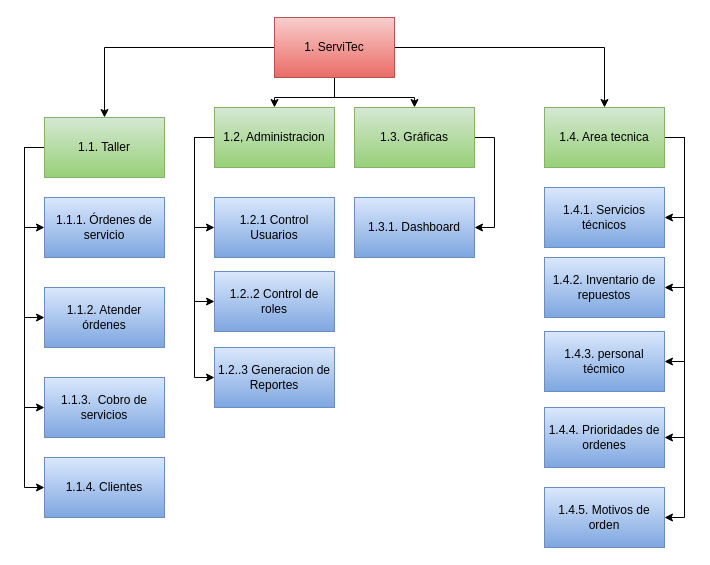
The draw.io diagram page "descomposicion-funcional" (1 of 20) of documentacion/diagramas.drawio in JaasielGuerra/ServiTec, before the edit. Source tidied: cells renumbered, new cells numbered last; positions are measured from the earlier drawing's top-left corner, leaving out a move shared by most shapes. Both pictures are drawn from the tidied source at 100%, with x=0, y=0 at pixel (24, 17).
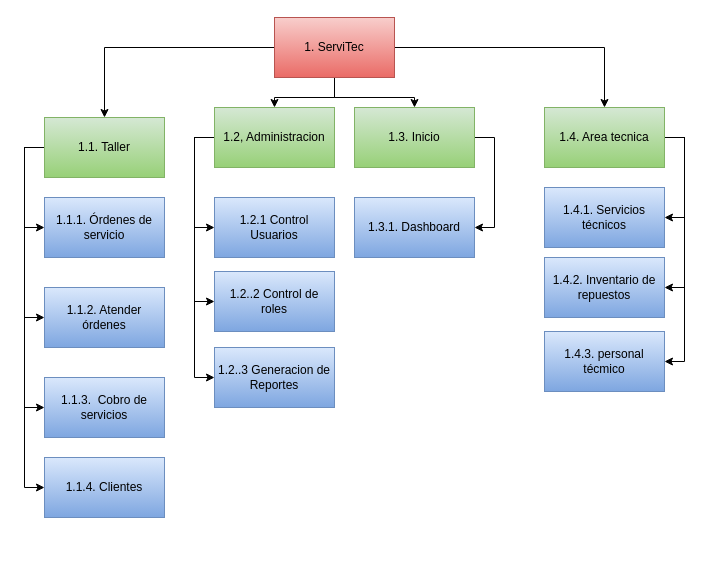
After the change.

The change refers to these unchanged cells:
```xml
<mxCell id="26" value="1.4. Area tecnica" style="rounded=0;whiteSpace=wrap;html=1;fillColor=#d5e8d4;strokeColor=#82b366;gradientColor=#97d077;" parent="1" vertex="1">
  <mxGeometry x="520" y="90" width="120" height="60" as="geometry" />
</mxCell>
```

The edit, as a diff of the source:
```diff
@@
-    <mxCell id="23" value="1.3. Gráficas" style="rounded=0;whiteSpace=wrap;html=1;fillColor=#d5e8d4;strokeColor=#82b366;gradientColor=#97d077;" parent="1" vertex="1">
+    <mxCell id="23" value="1.3. Inicio" style="rounded=0;whiteSpace=wrap;html=1;fillColor=#d5e8d4;strokeColor=#82b366;gradientColor=#97d077;" parent="1" vertex="1">
       <mxGeometry x="330" y="90" width="120" height="60" as="geometry" />
     </mxCell>
-    <mxCell id="24" style="edgeStyle=orthogonalEdgeStyle;rounded=0;jettySize=auto;html=1;entryX=1;entryY=0.5;entryDx=0;entryDy=0;" parent="1" edge="1" source="26" target="34">
-      <mxGeometry relative="1" as="geometry">
-        <Array as="points">
-          <mxPoint x="660" y="120" />
-          <mxPoint x="660" y="420" />
-        </Array>
-      </mxGeometry>
-    </mxCell>
-    <mxCell id="25" style="edgeStyle=orthogonalEdgeStyle;rounded=0;jettySize=auto;html=1;entryX=1;entryY=0.5;entryDx=0;entryDy=0;" parent="1" edge="1" source="26" target="35">
-      <mxGeometry relative="1" as="geometry">
-        <Array as="points">
-          <mxPoint x="660" y="120" />
-          <mxPoint x="660" y="500" />
-        </Array>
-      </mxGeometry>
-    </mxCell>
@@
-    <mxCell id="34" value="1.4.4. Prioridades de ordenes" style="rounded=0;whiteSpace=wrap;html=1;gradientColor=#7ea6e0;fillColor=#dae8fc;strokeColor=#6c8ebf;" parent="1" vertex="1">
-      <mxGeometry x="520" y="390" width="120" height="60" as="geometry" />
-    </mxCell>
-    <mxCell id="35" value="1.4.5. Motivos de orden" style="rounded=0;whiteSpace=wrap;html=1;gradientColor=#7ea6e0;fillColor=#dae8fc;strokeColor=#6c8ebf;" parent="1" vertex="1">
-      <mxGeometry x="520" y="470" width="120" height="60" as="geometry" />
-    </mxCell>
```
